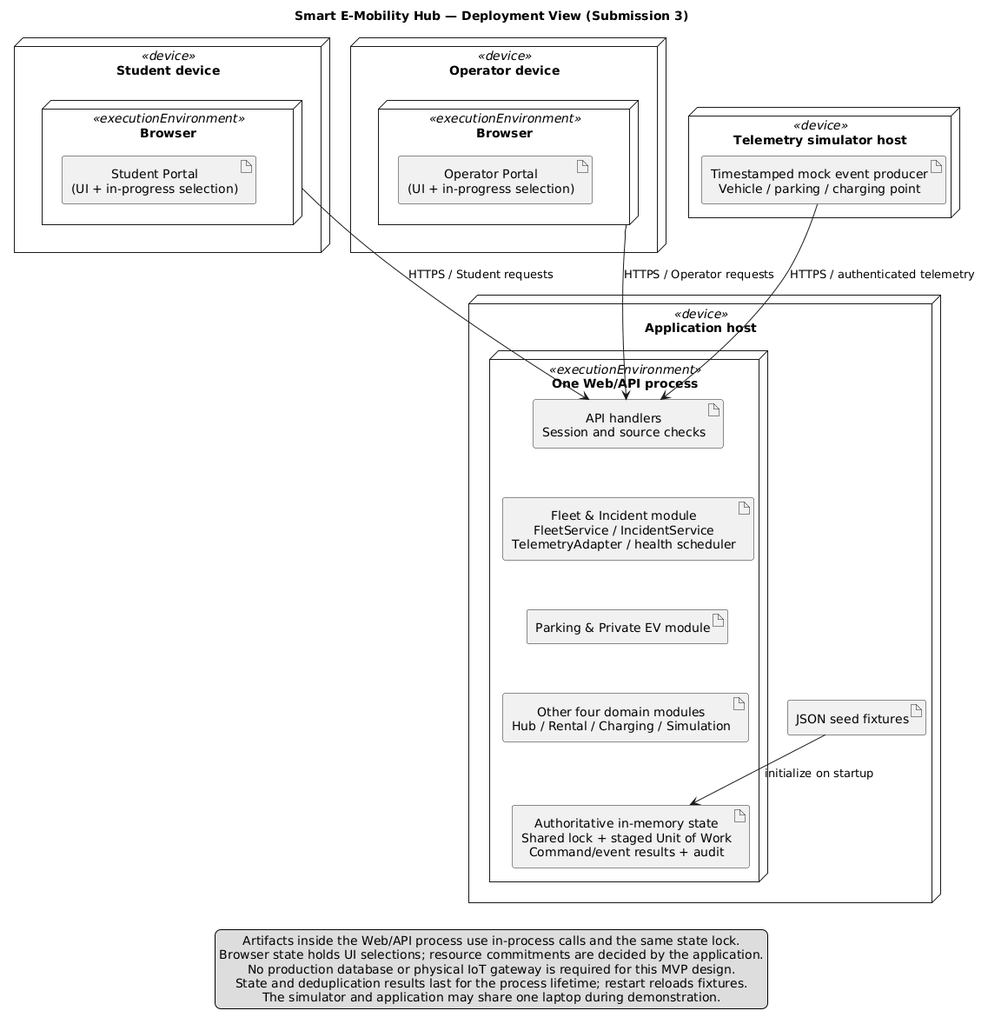
The PlantUML diagram docs/submission-3/deployment-view/Deployment_View.png in thanhpham1108/smart-e-mobility-hub, before a commit. Its diagram source:
```plantuml
@startuml Deployment_View
title Smart E-Mobility Hub — Deployment View (Submission 3)
top to bottom direction
skinparam nodesep 45
skinparam ranksep 55
skinparam shadowing false
skinparam componentStyle rectangle
skinparam defaultTextAlignment center

node "Student device" <<device>> as StudentDevice {
  node "Browser" <<executionEnvironment>> as StudentBrowser {
    artifact "Student Portal\n(UI + in-progress selection)" as StudentUI
  }
}

node "Operator device" <<device>> as OperatorDevice {
  node "Browser" <<executionEnvironment>> as OperatorBrowser {
    artifact "Operator Portal\n(UI + in-progress selection)" as OperatorUI
  }
}

node "Application host" <<device>> as ApplicationHost {
  node "One Web/API process" <<executionEnvironment>> as Process {
    artifact "API handlers\nSession and source checks" as API
    artifact "Fleet & Incident module\nFleetService / IncidentService\nTelemetryAdapter / health scheduler" as Fleet
    artifact "Parking & Private EV module" as Parking
    artifact "Other four domain modules\nHub / Rental / Charging / Simulation" as Domain
    artifact "Authoritative in-memory state\nShared lock + staged Unit of Work\nCommand/event results + audit" as State
  }
  artifact "JSON seed fixtures" as Fixtures
}

node "Telemetry simulator host" <<device>> as SimulatorHost {
  artifact "Timestamped mock event producer\nVehicle / parking / charging point" as Producer
}

StudentBrowser --> API : HTTPS / Student requests
OperatorBrowser --> API : HTTPS / Operator requests
Producer --> API : HTTPS / authenticated telemetry
Fixtures --> State : initialize on startup
API -[hidden]-> Fleet
Fleet -[hidden]-> Parking
Parking -[hidden]-> Domain
Domain -[hidden]-> State

legend bottom
  Artifacts inside the Web/API process use in-process calls and the same state lock.
  Browser state holds UI selections; resource commitments are decided by the application.
  No production database or physical IoT gateway is required for this MVP design.
  State and deduplication results last for the process lifetime; restart reloads fixtures.
  The simulator and application may share one laptop during demonstration.
endlegend
@enduml
```
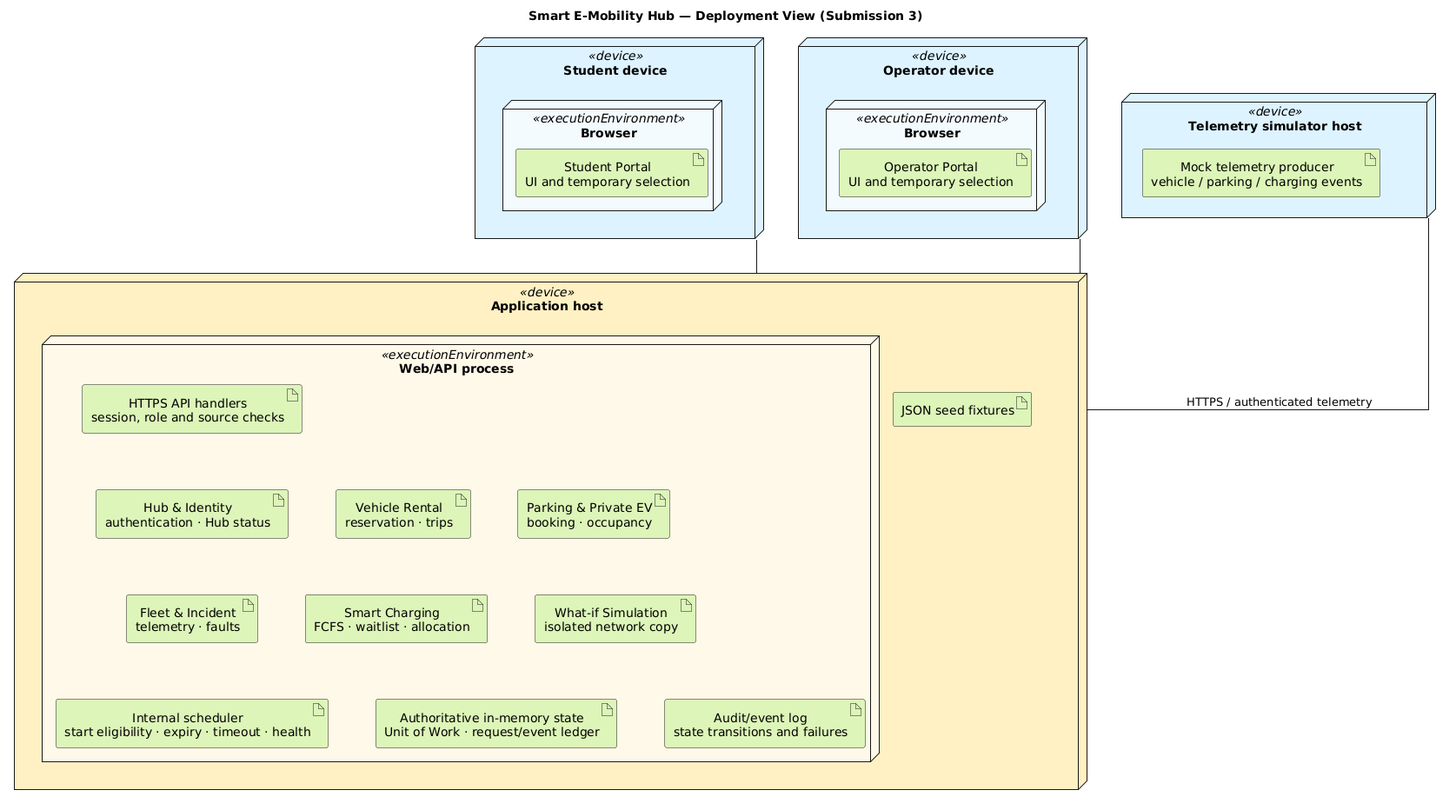
Above is the later version.

Diff of the diagram source:
```diff
@@ -1,53 +1,58 @@
-@startuml Deployment_View
+@startuml
 title Smart E-Mobility Hub — Deployment View (Submission 3)
 top to bottom direction
-skinparam nodesep 45
-skinparam ranksep 55
 skinparam shadowing false
-skinparam componentStyle rectangle
+skinparam linetype ortho
+skinparam nodesep 55
+skinparam ranksep 65
 skinparam defaultTextAlignment center
+skinparam backgroundColor #FFFFFF
 
-node "Student device" <<device>> as StudentDevice {
-  node "Browser" <<executionEnvironment>> as StudentBrowser {
-    artifact "Student Portal\n(UI + in-progress selection)" as StudentUI
+node "Student device" <<device>> as Student #DDF3FF {
+  node "Browser" <<executionEnvironment>> as StudentBrowser #F2FAFF {
+    artifact "Student Portal\nUI and temporary selection" as StudentUI #DDF5B8
   }
 }
 
-node "Operator device" <<device>> as OperatorDevice {
-  node "Browser" <<executionEnvironment>> as OperatorBrowser {
-    artifact "Operator Portal\n(UI + in-progress selection)" as OperatorUI
+node "Operator device" <<device>> as Operator #DDF3FF {
+  node "Browser" <<executionEnvironment>> as OperatorBrowser #F2FAFF {
+    artifact "Operator Portal\nUI and temporary selection" as OperatorUI #DDF5B8
   }
 }
 
-node "Application host" <<device>> as ApplicationHost {
-  node "One Web/API process" <<executionEnvironment>> as Process {
-    artifact "API handlers\nSession and source checks" as API
-    artifact "Fleet & Incident module\nFleetService / IncidentService\nTelemetryAdapter / health scheduler" as Fleet
-    artifact "Parking & Private EV module" as Parking
-    artifact "Other four domain modules\nHub / Rental / Charging / Simulation" as Domain
-    artifact "Authoritative in-memory state\nShared lock + staged Unit of Work\nCommand/event results + audit" as State
-  }
-  artifact "JSON seed fixtures" as Fixtures
+node "Telemetry simulator host" <<device>> as Simulator #DDF3FF {
+  artifact "Mock telemetry producer\nvehicle / parking / charging events" as Producer #DDF5B8
 }
 
-node "Telemetry simulator host" <<device>> as SimulatorHost {
-  artifact "Timestamped mock event producer\nVehicle / parking / charging point" as Producer
+node "Application host" <<device>> as Application #FFF0C2 {
+  node "Web/API process" <<executionEnvironment>> as Runtime #FFF9E8 {
+    artifact "HTTPS API handlers\nsession, role and source checks" as API #DDF5B8
+    artifact "Hub & Identity\nauthentication · Hub status" as Hub #DDF5B8
+    artifact "Vehicle Rental\nreservation · trips" as Rental #DDF5B8
+    artifact "Parking & Private EV\nbooking · occupancy" as Parking #DDF5B8
+    artifact "Fleet & Incident\ntelemetry · faults" as Fleet #DDF5B8
+    artifact "Smart Charging\nFCFS · waitlist · allocation" as Charging #DDF5B8
+    artifact "What-if Simulation\nisolated network copy" as Simulation #DDF5B8
+    artifact "Internal scheduler\nstart eligibility · expiry · timeout · health" as Scheduler #DDF5B8
+    artifact "Authoritative in-memory state\nUnit of Work · request/event ledger" as State #DDF5B8
+    artifact "Audit/event log\nstate transitions and failures" as Audit #DDF5B8
+  }
+  artifact "JSON seed fixtures" as Fixtures #DDF5B8
 }
 
-StudentBrowser --> API : HTTPS / Student requests
-OperatorBrowser --> API : HTTPS / Operator requests
-Producer --> API : HTTPS / authenticated telemetry
-Fixtures --> State : initialize on startup
-API -[hidden]-> Fleet
-Fleet -[hidden]-> Parking
-Parking -[hidden]-> Domain
-Domain -[hidden]-> State
+Student -- Application
+Operator -- Application
+Simulator -- Application : HTTPS / authenticated telemetry
 
-legend bottom
-  Artifacts inside the Web/API process use in-process calls and the same state lock.
-  Browser state holds UI selections; resource commitments are decided by the application.
-  No production database or physical IoT gateway is required for this MVP design.
-  State and deduplication results last for the process lifetime; restart reloads fixtures.
-  The simulator and application may share one laptop during demonstration.
-endlegend
+Student -[hidden]right- Operator
+Operator -[hidden]right- Simulator
+API -[hidden]down- Hub
+Hub -[hidden]right- Rental
+Rental -[hidden]right- Parking
+Hub -[hidden]down- Fleet
+Fleet -[hidden]right- Charging
+Charging -[hidden]right- Simulation
+Fleet -[hidden]down- Scheduler
+Scheduler -[hidden]right- State
+State -[hidden]right- Audit
 @enduml
```
